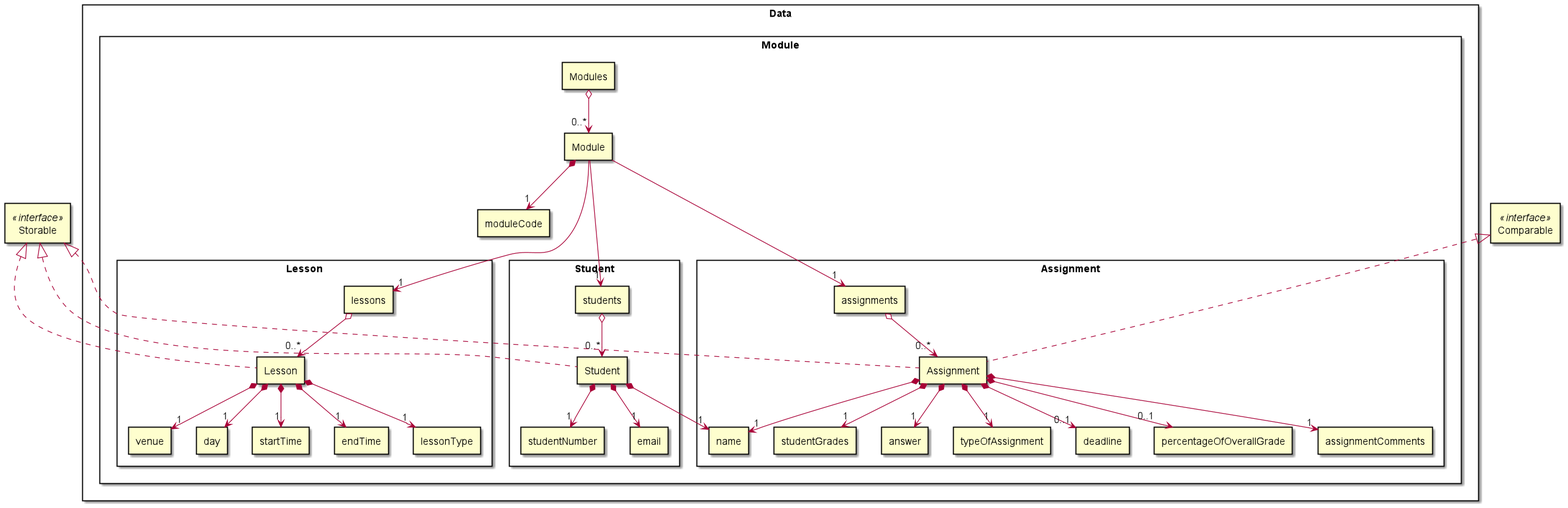
The PlantUML diagram docs/uml/Data.png in vaiish371/tp, before a commit.
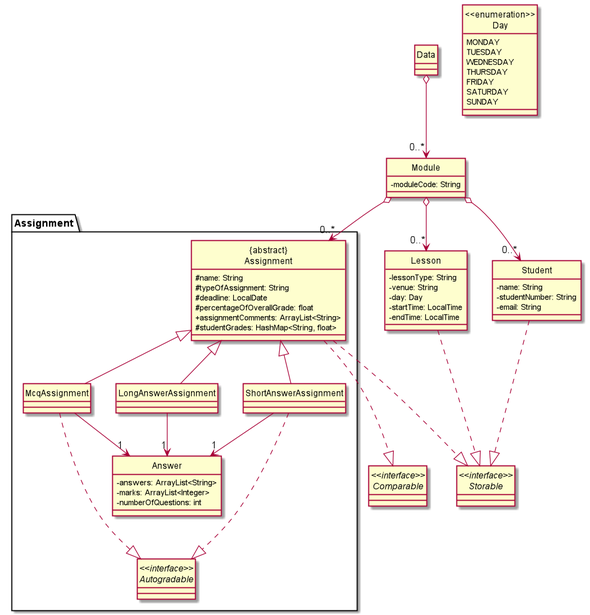
The same diagram one commit later.

Commit message:
Edit DG Data Diagram

The edit, as a diff of the source:
```diff
@@ -1,48 +1,93 @@
 @startuml
-skinparam componentStyle rectangle
-skinparam packageStyle rectangle
+hide circle
+skinparam classAttributeIconSize 0
 
-Interface [Storable] <<interface>>
-Interface [Comparable] <<interface>>
-package Data {
+interface "<<interface>>\nStorable" as Storable {
+}
 
-  package "Module" {
-      [Modules] o--> "0..*" [Module]
-      [Module] *--> "1" [moduleCode]
-      package "Assignment" {
-        [Module] ---> "1" [assignments]
-        [assignments] o--> "0..*" [Assignment]
-        [Assignment] *--> "1" [name]
-        [Assignment] *--> "1" [typeOfAssignment]
-        [Assignment] *--> "0..1" [deadline]
-        [Assignment] *--> "0..1" [percentageOfOverallGrade]
-        [Assignment] *--> "1" [assignmentComments]
-        [Assignment] *--> "1" [studentGrades]
-        [Assignment] *--> "1" [answer]
-      }
-      package "Lesson" {
-        [Module] ---> "1" [lessons]
-        [lessons] o--> "0..*" [Lesson]
-        [Lesson] *--> "1" [lessonType]
-        [Lesson] *--> "1" [venue]
-        [Lesson] *--> "1" [day]
-        [Lesson] *--> "1" [startTime]
-        [Lesson] *--> "1" [endTime]
-      }
-      package "Student" {
-        [Module] ---> "1" [students]
-        [students] o--> "0..*" [Student]
-        [Student] *--> "1" [name]
-        [Student] *--> "1" [studentNumber]
-        [Student] *--> "1" [email]
-      }
-      [Assignment] ..up.|> Storable
-      [Assignment] ..up.|> Comparable
-      [Lesson] ..up.|> Storable
-      [Student] ..up.|> Storable
+interface "<<interface>>\nComparable" as Comparable {
+}
 
-  }
+class Data {
 }
+
+class Module {
+    -moduleCode: String
+}
+
+package Assignment {
+    interface "<<interface>>\nAutogradable" as Autogradable {
+    }
+
+    class "{abstract}\nAssignment" as Assignment {
+        #name: String
+        #typeOfAssignment: String
+        #deadline: LocalDate
+        #percentageOfOverallGrade: float
+        +assignmentComments: ArrayList<String>
+        #studentGrades: HashMap<String, float>
+    }
+
+    class Answer {
+        -answers: ArrayList<String>
+        -marks: ArrayList<Integer>
+        -numberOfQuestions: int
+    }
+
+    class LongAnswerAssignment {
+    }
+
+    class McqAssignment {
+    }
+
+    class ShortAnswerAssignment {
+    }
+}
+
+
+class Lesson {
+    -lessonType: String
+    -venue: String
+    -day: Day
+    -startTime: LocalTime
+    -endTime: LocalTime
+}
+
+class Student {
+    -name: String
+    -studentNumber: String
+    -email: String
+}
+
+enum "<<enumeration>>\nDay" {
+    MONDAY
+    TUESDAY
+    WEDNESDAY
+    THURSDAY
+    FRIDAY
+    SATURDAY
+    SUNDAY
+}
+
+Assignment ...|> Storable
+Lesson ...|> Storable
+Student ...|> Storable
+Assignment ...|> Comparable
+
+Data o--> "0..*" Module
+Module o--> "0..*" Assignment
+Assignment <|-- LongAnswerAssignment
+Assignment <|-- McqAssignment
+Assignment <|-- ShortAnswerAssignment
+LongAnswerAssignment --> "1" Answer
+McqAssignment --> "1" Answer
+ShortAnswerAssignment --> "1" Answer
+McqAssignment ...|> Autogradable
+ShortAnswerAssignment ...|> Autogradable
+
+Module o--> "0..*" Lesson
+Module o--> "0..*" Student
+
 
 
 
```
